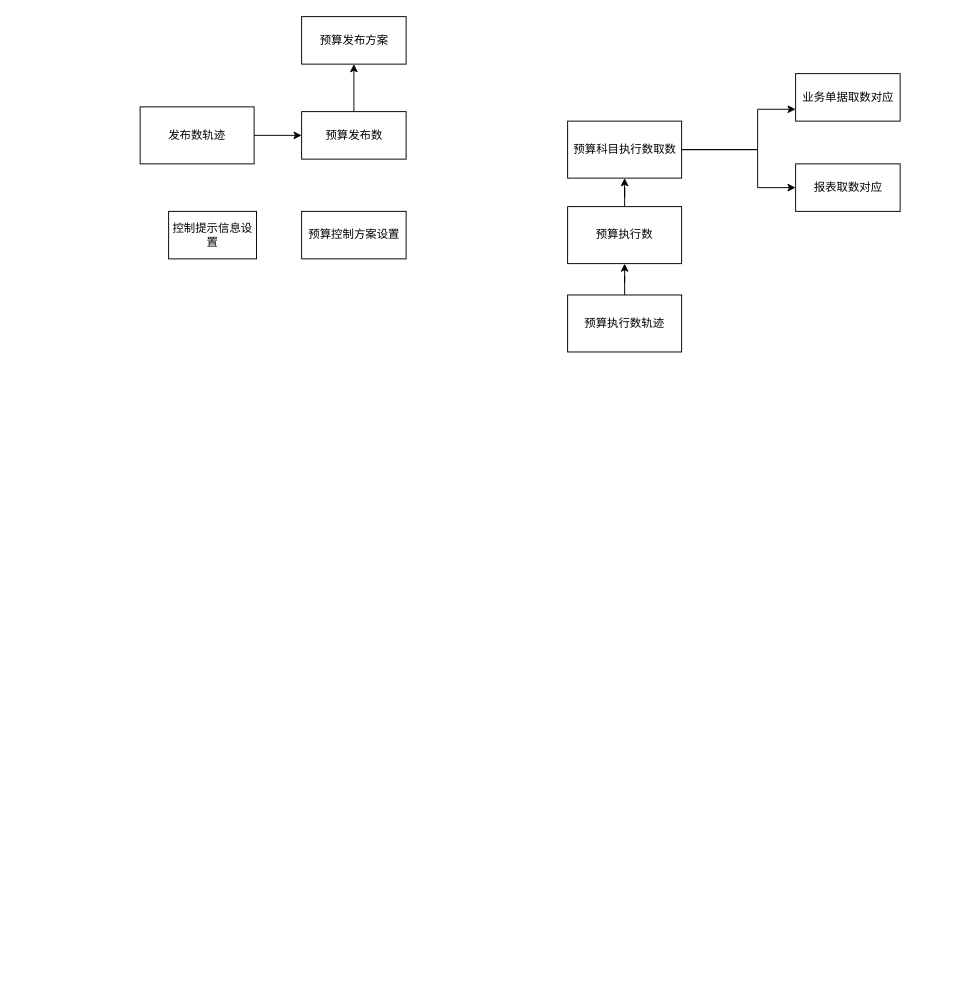
Earlier version of the draw.io diagram Untitled Diagram.drawio (jeffers3n/dev-diagrams). Source tidied: cells renumbered, new cells numbered last; positions are measured from the earlier drawing's top-left corner, leaving out a move shared by most shapes. Both pictures are drawn from the tidied source at 95%, with x=0, y=0 at pixel (140, 16).
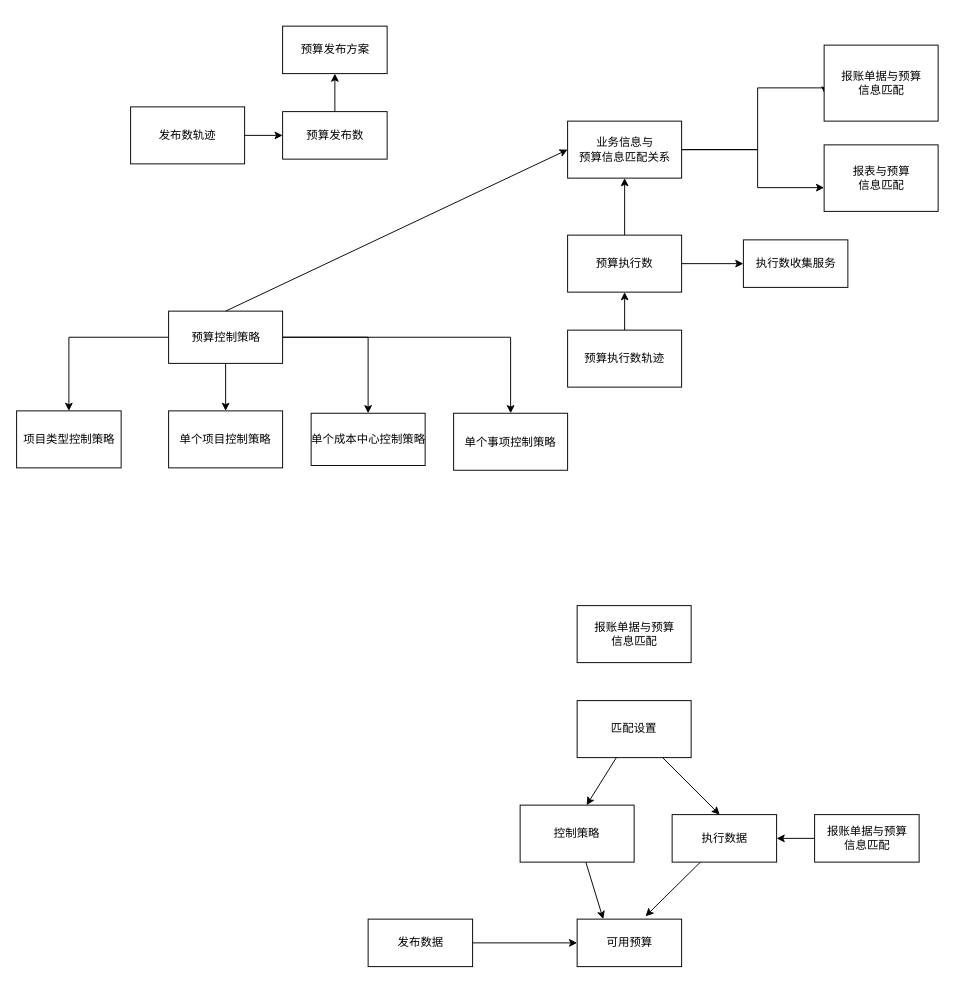
Above is the later version.

Diff of the diagram source:
```diff
@@
-    <mxCell id="2" style="edgeStyle=orthogonalEdgeStyle;rounded=0;jettySize=auto;html=1;entryX=0;entryY=0.75;entryDx=0;entryDy=0;" parent="1" edge="1" source="4" target="5">
+    <mxCell id="2" style="edgeStyle=orthogonalEdgeStyle;rounded=0;jettySize=auto;html=1;entryX=0.008;entryY=0.65;entryDx=0;entryDy=0;entryPerimeter=0;" parent="1" edge="1" source="4" target="5">
       <mxGeometry relative="1" as="geometry">
         <Array as="points">
           <mxPoint x="650" y="140" />
-          <mxPoint x="650" y="98" />
+          <mxPoint x="650" y="75" />
         </Array>
       </mxGeometry>
     </mxCell>
@@
-    <mxCell id="4" value="预算科目执行数取数" style="html=1;" parent="1" vertex="1">
+    <mxCell id="4" value="业务信息与&lt;br&gt;预算信息匹配关系" style="html=1;" parent="1" vertex="1">
       <mxGeometry x="450" y="110" width="120" height="60" as="geometry" />
     </mxCell>
-    <mxCell id="5" value="业务单据取数对应" style="html=1;" parent="1" vertex="1">
-      <mxGeometry x="690" y="60" width="110" height="50" as="geometry" />
+    <mxCell id="5" value="报账单据与预算&lt;br&gt;信息匹配" style="html=1;" parent="1" vertex="1">
+      <mxGeometry x="720" y="30" width="120" height="80" as="geometry" />
     </mxCell>
-    <mxCell id="6" value="报表取数对应" style="html=1;" parent="1" vertex="1">
-      <mxGeometry x="690" y="155" width="110" height="50" as="geometry" />
+    <mxCell id="6" value="报表与预算&lt;br&gt;信息匹配" style="html=1;" parent="1" vertex="1">
+      <mxGeometry x="720" y="135" width="120" height="70" as="geometry" />
     </mxCell>
@@
+    <mxCell id="18" style="edgeStyle=orthogonalEdgeStyle;rounded=0;jettySize=auto;html=1;" parent="1" edge="1" source="8" target="23">
+      <mxGeometry relative="1" as="geometry" />
+    </mxCell>
     <mxCell id="8" value="预算执行数" style="rounded=0;whiteSpace=wrap;html=1;" parent="1" vertex="1">
-      <mxGeometry x="450" y="200" width="120" height="60" as="geometry" />
+      <mxGeometry x="450" y="230" width="120" height="60" as="geometry" />
     </mxCell>
@@
     <mxCell id="10" value="预算执行数轨迹" style="rounded=0;whiteSpace=wrap;html=1;" parent="1" vertex="1">
-      <mxGeometry x="450" y="293" width="120" height="60" as="geometry" />
+      <mxGeometry x="450" y="330" width="120" height="60" as="geometry" />
     </mxCell>
+    <mxCell id="19" style="edgeStyle=orthogonalEdgeStyle;rounded=0;jettySize=auto;html=1;" parent="1" edge="1" source="11" target="24">
+      <mxGeometry relative="1" as="geometry" />
+    </mxCell>
+    <mxCell id="20" style="edgeStyle=orthogonalEdgeStyle;rounded=0;jettySize=auto;html=1;" parent="1" edge="1" source="11" target="25">
+      <mxGeometry relative="1" as="geometry" />
+    </mxCell>
+    <mxCell id="21" style="edgeStyle=orthogonalEdgeStyle;rounded=0;jettySize=auto;html=1;" parent="1" edge="1" source="11" target="26">
+      <mxGeometry relative="1" as="geometry" />
+    </mxCell>
+    <mxCell id="22" style="edgeStyle=orthogonalEdgeStyle;rounded=0;jettySize=auto;html=1;" parent="1" edge="1" source="11" target="27">
+      <mxGeometry relative="1" as="geometry" />
+    </mxCell>
-    <mxCell id="11" value="预算控制方案设置" style="html=1;" parent="1" vertex="1">
-      <mxGeometry x="170" y="205" width="110" height="50" as="geometry" />
+    <mxCell id="11" value="预算控制策略" style="html=1;" parent="1" vertex="1">
+      <mxGeometry x="30" y="310" width="120" height="55" as="geometry" />
     </mxCell>
     <mxCell id="12" value="预算发布方案" style="html=1;" parent="1" vertex="1">
-      <mxGeometry x="170" width="110" height="50" as="geometry" />
+      <mxGeometry x="150" y="10" width="110" height="50" as="geometry" />
     </mxCell>
@@
     <mxCell id="14" value="预算发布数" style="html=1;" parent="1" vertex="1">
-      <mxGeometry x="170" y="100" width="110" height="50" as="geometry" />
+      <mxGeometry x="150" y="100" width="110" height="50" as="geometry" />
     </mxCell>
@@
     <mxCell id="16" value="发布数轨迹" style="whiteSpace=wrap;html=1;fillColor=rgb(255, 255, 255);strokeColor=rgb(0, 0, 0);fontColor=rgb(0, 0, 0);" parent="1" vertex="1">
-      <mxGeometry y="95" width="120" height="60" as="geometry" />
+      <mxGeometry x="-10" y="95" width="120" height="60" as="geometry" />
     </mxCell>
-    <mxCell id="17" value="控制提示信息设置" style="whiteSpace=wrap;html=1;fillColor=rgb(255, 255, 255);strokeColor=rgb(0, 0, 0);fontColor=rgb(0, 0, 0);" parent="1" vertex="1">
-      <mxGeometry x="30" y="205" width="92.5" height="50" as="geometry" />
-    </mxCell>
+    <mxCell id="23" value="执行数收集服务" style="html=1;" parent="1" vertex="1">
+      <mxGeometry x="635" y="235" width="110" height="50" as="geometry" />
+    </mxCell>
+    <mxCell id="24" value="单个项目控制策略" style="whiteSpace=wrap;html=1;fillColor=rgb(255, 255, 255);strokeColor=rgb(0, 0, 0);fontColor=rgb(0, 0, 0);" parent="1" vertex="1">
+      <mxGeometry x="30" y="415" width="120" height="60" as="geometry" />
+    </mxCell>
+    <mxCell id="25" value="单个成本中心控制策略" style="html=1;fillColor=rgb(255, 255, 255);strokeColor=rgb(0, 0, 0);fontColor=rgb(0, 0, 0);" parent="1" vertex="1">
+      <mxGeometry x="180" y="417.5" width="120" height="55" as="geometry" />
+    </mxCell>
+    <mxCell id="26" value="单个事项控制策略" style="whiteSpace=wrap;html=1;fillColor=rgb(255, 255, 255);strokeColor=rgb(0, 0, 0);fontColor=rgb(0, 0, 0);" parent="1" vertex="1">
+      <mxGeometry x="330" y="417.5" width="120" height="60" as="geometry" />
+    </mxCell>
+    <mxCell id="27" value="项目类型控制策略" style="html=1;fillColor=rgb(255, 255, 255);strokeColor=rgb(0, 0, 0);fontColor=rgb(0, 0, 0);" parent="1" vertex="1">
+      <mxGeometry x="-130" y="415" width="110" height="60" as="geometry" />
+    </mxCell>
+    <mxCell id="28" style="endArrow=classic;html=1;rounded=0;exitX=0.5;exitY=0;exitDx=0;exitDy=0;entryX=0;entryY=0.5;entryDx=0;entryDy=0;" parent="1" edge="1" source="11" target="4">
+      <mxGeometry relative="1" as="geometry" />
+    </mxCell>
+    <mxCell id="29" value="发布数据" style="html=1;" parent="1" vertex="1">
+      <mxGeometry x="240" y="950" width="110" height="50" as="geometry" />
+    </mxCell>
+    <mxCell id="30" value="执行数据" style="html=1;fillColor=rgb(255, 255, 255);strokeColor=rgb(0, 0, 0);fontColor=rgb(0, 0, 0);" parent="1" vertex="1">
+      <mxGeometry x="560" y="840" width="110" height="50" as="geometry" />
+    </mxCell>
+    <mxCell id="31" value="可用预算" style="html=1;" parent="1" vertex="1">
+      <mxGeometry x="460" y="950" width="110" height="50" as="geometry" />
+    </mxCell>
+    <mxCell id="32" value="控制策略" style="whiteSpace=wrap;html=1;fillColor=rgb(255, 255, 255);strokeColor=rgb(0, 0, 0);fontColor=rgb(0, 0, 0);" parent="1" vertex="1">
+      <mxGeometry x="400" y="830" width="120" height="60" as="geometry" />
+    </mxCell>
+    <mxCell id="33" style="endArrow=classic;html=1;rounded=0;exitX=1;exitY=0.5;exitDx=0;exitDy=0;" parent="1" edge="1" source="29" target="31">
+      <mxGeometry relative="1" as="geometry" />
+    </mxCell>
+    <mxCell id="34" style="endArrow=classic;html=1;rounded=0;entryX=0.655;entryY=-0.06;entryDx=0;entryDy=0;entryPerimeter=0;" parent="1" edge="1" source="30" target="31">
+      <mxGeometry relative="1" as="geometry" />
+    </mxCell>
+    <mxCell id="35" style="endArrow=classic;html=1;rounded=0;entryX=0.25;entryY=0;entryDx=0;entryDy=0;" parent="1" edge="1" source="32" target="31">
+      <mxGeometry relative="1" as="geometry" />
+    </mxCell>
+    <mxCell id="36" value="匹配设置" style="whiteSpace=wrap;html=1;fillColor=rgb(255, 255, 255);strokeColor=rgb(0, 0, 0);fontColor=rgb(0, 0, 0);" parent="1" vertex="1">
+      <mxGeometry x="460" y="720" width="120" height="60" as="geometry" />
+    </mxCell>
+    <mxCell id="37" style="endArrow=classic;html=1;rounded=0;" parent="1" edge="1" source="36">
+      <mxGeometry relative="1" as="geometry">
+        <mxPoint x="470" y="830" as="targetPoint" />
+      </mxGeometry>
+    </mxCell>
+    <mxCell id="38" style="endArrow=classic;html=1;rounded=0;exitX=0.75;exitY=1;exitDx=0;exitDy=0;" parent="1" edge="1" source="36">
+      <mxGeometry relative="1" as="geometry">
+        <mxPoint x="610" y="840" as="targetPoint" />
+      </mxGeometry>
+    </mxCell>
+    <mxCell id="39" style="edgeStyle=orthogonalEdgeStyle;rounded=0;jettySize=auto;html=1;" parent="1" edge="1" source="40" target="30">
+      <mxGeometry relative="1" as="geometry" />
+    </mxCell>
+    <mxCell id="40" value="报账单据与预算&lt;br&gt;信息匹配" style="html=1;fillColor=rgb(255, 255, 255);strokeColor=rgb(0, 0, 0);fontColor=rgb(0, 0, 0);" parent="1" vertex="1">
+      <mxGeometry x="710" y="840" width="110" height="50" as="geometry" />
+    </mxCell>
+    <mxCell id="41" value="报账单据与预算&lt;br&gt;信息匹配" style="html=1;" parent="1" vertex="1">
+      <mxGeometry x="460" y="620" width="120" height="60" as="geometry" />
+    </mxCell>
```
